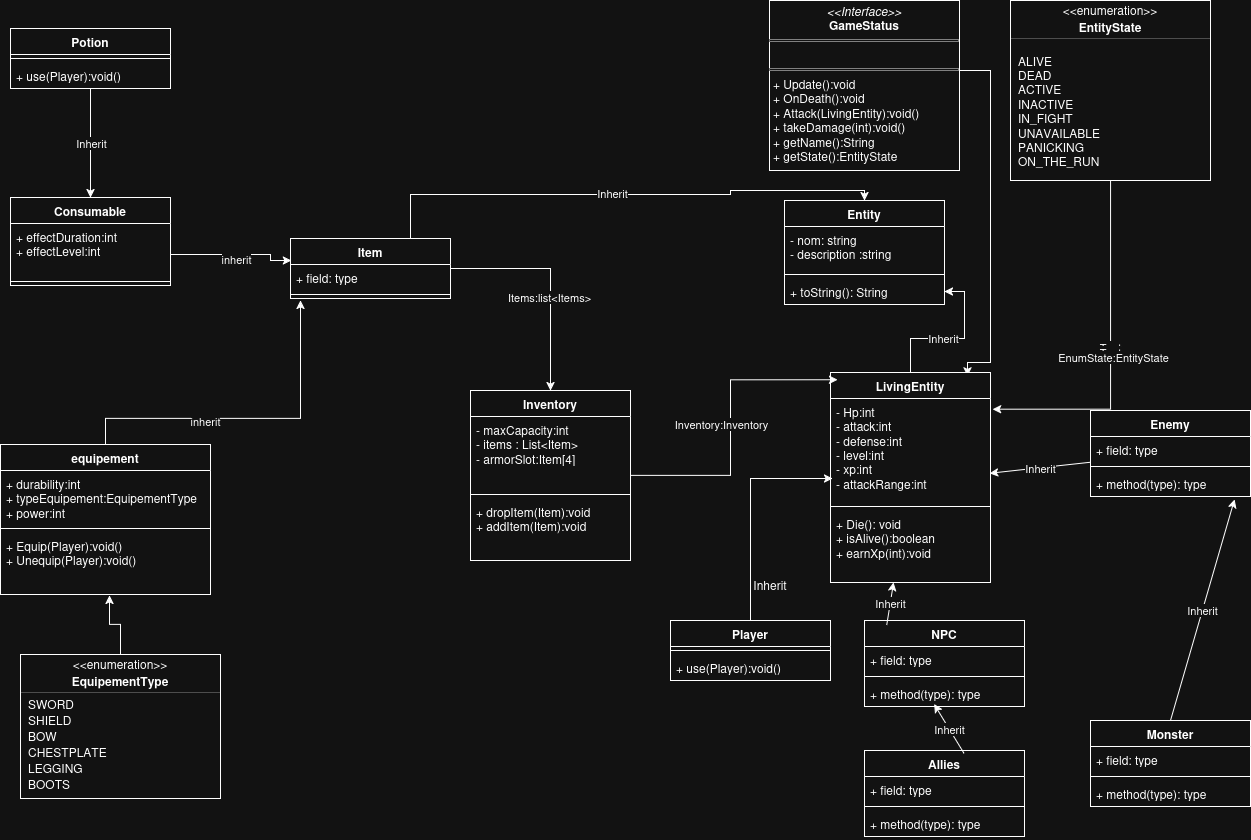
Above: UML game .drawio.png in llibanm/Game_V0 (draw.io), before the change. Source tidied: cells renumbered, new cells last; positions are measured from the earlier drawing's top-left corner, leaving out a move shared by most shapes.
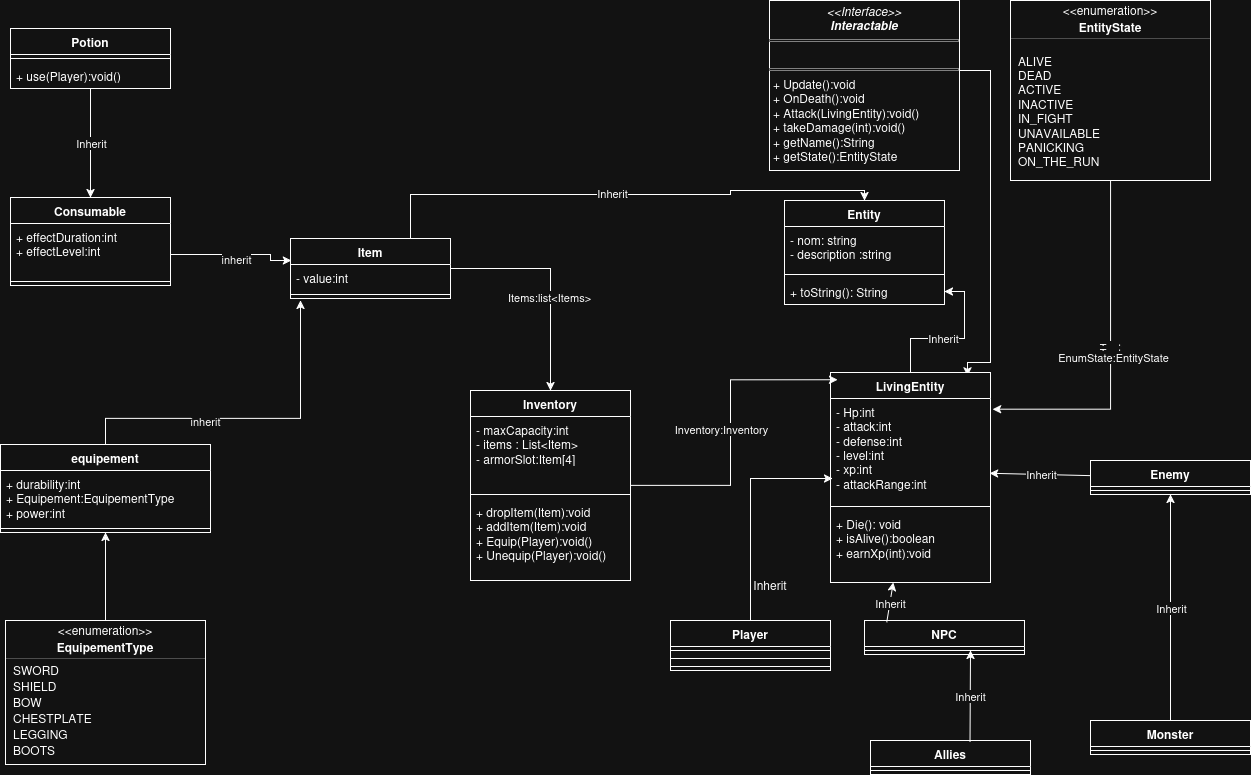
After the change.

Commit message:
removed default some  method and variable

Change to the diagram source:
```diff
@@ -15,17 +15,11 @@
       <mxGeometry y="78" width="160" height="26" as="geometry" />
     </mxCell>
     <mxCell id="6" value="NPC" style="swimlane;fontStyle=1;align=center;verticalAlign=top;horizontal=1;startSize=26;whiteSpace=wrap;html=1;" parent="1" vertex="1">
-      <mxGeometry x="864" y="620" width="160" height="86" as="geometry" />
+      <mxGeometry x="864" y="620" width="160" height="34" as="geometry" />
     </mxCell>
-    <mxCell id="7" value="+ field: type" style="text;strokeColor=none;fillColor=none;align=left;verticalAlign=top;spacingLeft=4;spacingRight=4;overflow=hidden;whiteSpace=wrap;html=1;" parent="6" vertex="1">
-      <mxGeometry y="26" width="160" height="26" as="geometry" />
-    </mxCell>
     <mxCell id="8" style="line;strokeWidth=1;fillColor=none;align=left;verticalAlign=middle;spacingTop=-1;spacingLeft=3;spacingRight=3;labelPosition=right;strokeColor=inherit;" parent="6" vertex="1">
-      <mxGeometry y="52" width="160" height="8" as="geometry" />
+      <mxGeometry y="26" width="160" height="8" as="geometry" />
     </mxCell>
-    <mxCell id="9" value="+ method(type): type" style="text;strokeColor=none;fillColor=none;align=left;verticalAlign=top;spacingLeft=4;spacingRight=4;overflow=hidden;points=[[0,0.5],[1,0.5]];portConstraint=eastwest;whiteSpace=wrap;html=1;" parent="6" vertex="1">
-      <mxGeometry y="60" width="160" height="26" as="geometry" />
-    </mxCell>
     <mxCell id="10" style="endArrow=classic;html=1;rounded=0;exitX=0.139;exitY=0.052;exitDx=0;exitDy=0;exitPerimeter=0;" parent="1" edge="1" source="6" target="43">
       <mxGeometry relative="1" as="geometry" />
     </mxCell>
@@ -33,17 +27,11 @@
       <mxGeometry relative="1" as="geometry" />
     </mxCell>
     <mxCell id="12" value="Enemy" style="swimlane;fontStyle=1;align=center;verticalAlign=top;horizontal=1;startSize=26;whiteSpace=wrap;html=1;" parent="1" vertex="1">
-      <mxGeometry x="1090" y="410" width="160" height="86" as="geometry" />
+      <mxGeometry x="1090" y="460" width="160" height="34" as="geometry" />
     </mxCell>
-    <mxCell id="13" value="+ field: type" style="text;strokeColor=none;fillColor=none;align=left;verticalAlign=top;spacingLeft=4;spacingRight=4;overflow=hidden;whiteSpace=wrap;html=1;" parent="12" vertex="1">
-      <mxGeometry y="26" width="160" height="26" as="geometry" />
-    </mxCell>
     <mxCell id="14" style="line;strokeWidth=1;fillColor=none;align=left;verticalAlign=middle;spacingTop=-1;spacingLeft=3;spacingRight=3;labelPosition=right;strokeColor=inherit;" parent="12" vertex="1">
-      <mxGeometry y="52" width="160" height="8" as="geometry" />
+      <mxGeometry y="26" width="160" height="8" as="geometry" />
     </mxCell>
-    <mxCell id="15" value="+ method(type): type" style="text;strokeColor=none;fillColor=none;align=left;verticalAlign=top;spacingLeft=4;spacingRight=4;overflow=hidden;points=[[0,0.5],[1,0.5]];portConstraint=eastwest;whiteSpace=wrap;html=1;" parent="12" vertex="1">
-      <mxGeometry y="60" width="160" height="26" as="geometry" />
-    </mxCell>
     <mxCell id="16" style="endArrow=classic;html=1;rounded=0;entryX=0.994;entryY=0.719;entryDx=0;entryDy=0;entryPerimeter=0;" parent="1" edge="1" source="12" target="44">
       <mxGeometry relative="1" as="geometry" />
     </mxCell>
@@ -51,37 +39,27 @@
       <mxGeometry relative="1" as="geometry" />
     </mxCell>
     <mxCell id="18" value="Monster" style="swimlane;fontStyle=1;align=center;verticalAlign=top;horizontal=1;startSize=26;whiteSpace=wrap;html=1;" parent="1" vertex="1">
-      <mxGeometry x="1090" y="720" width="160" height="86" as="geometry" />
+      <mxGeometry x="1090" y="720" width="160" height="34" as="geometry" />
     </mxCell>
-    <mxCell id="19" value="+ field: type" style="text;strokeColor=none;fillColor=none;align=left;verticalAlign=top;spacingLeft=4;spacingRight=4;overflow=hidden;whiteSpace=wrap;html=1;" parent="18" vertex="1">
-      <mxGeometry y="26" width="160" height="26" as="geometry" />
-    </mxCell>
     <mxCell id="20" style="line;strokeWidth=1;fillColor=none;align=left;verticalAlign=middle;spacingTop=-1;spacingLeft=3;spacingRight=3;labelPosition=right;strokeColor=inherit;" parent="18" vertex="1">
-      <mxGeometry y="52" width="160" height="8" as="geometry" />
+      <mxGeometry y="26" width="160" height="8" as="geometry" />
     </mxCell>
-    <mxCell id="21" value="+ method(type): type" style="text;strokeColor=none;fillColor=none;align=left;verticalAlign=top;spacingLeft=4;spacingRight=4;overflow=hidden;whiteSpace=wrap;html=1;" parent="18" vertex="1">
-      <mxGeometry y="60" width="160" height="26" as="geometry" />
-    </mxCell>
-    <mxCell id="22" style="endArrow=classic;html=1;rounded=0;exitX=0.5;exitY=0;exitDx=0;exitDy=0;entryX=0.9;entryY=1.115;entryDx=0;entryDy=0;entryPerimeter=0;" parent="1" edge="1" source="18" target="15">
+    <mxCell id="22" style="endArrow=classic;html=1;rounded=0;exitX=0.5;exitY=0;exitDx=0;exitDy=0;" parent="1" edge="1" source="18" target="12">
       <mxGeometry relative="1" as="geometry" />
     </mxCell>
     <mxCell id="23" value="Inherit" style="edgeLabel;html=1;align=center;verticalAlign=middle;" parent="22" vertex="1">
       <mxGeometry relative="1" as="geometry" />
     </mxCell>
     <mxCell id="24" value="Allies" style="swimlane;fontStyle=1;align=center;verticalAlign=top;horizontal=1;startSize=26;whiteSpace=wrap;html=1;" parent="1" vertex="1">
-      <mxGeometry x="864" y="750" width="160" height="86" as="geometry" />
+      <mxGeometry x="870" y="740" width="160" height="34" as="geometry" />
     </mxCell>
-    <mxCell id="25" value="+ field: type" style="text;strokeColor=none;fillColor=none;align=left;verticalAlign=top;spacingLeft=4;spacingRight=4;overflow=hidden;whiteSpace=wrap;html=1;" parent="24" vertex="1">
-      <mxGeometry y="26" width="160" height="26" as="geometry" />
-    </mxCell>
     <mxCell id="26" style="line;strokeWidth=1;fillColor=none;align=left;verticalAlign=middle;spacingTop=-1;spacingLeft=3;spacingRight=3;labelPosition=right;strokeColor=inherit;" parent="24" vertex="1">
-      <mxGeometry y="52" width="160" height="8" as="geometry" />
+      <mxGeometry y="26" width="160" height="8" as="geometry" />
     </mxCell>
-    <mxCell id="27" value="+ method(type): type" style="text;strokeColor=none;fillColor=none;align=left;verticalAlign=top;spacingLeft=4;spacingRight=4;overflow=hidden;whiteSpace=wrap;html=1;" parent="24" vertex="1">
-      <mxGeometry y="60" width="160" height="26" as="geometry" />
-    </mxCell>
-    <mxCell id="28" style="endArrow=classic;html=1;rounded=0;entryX=0.435;entryY=0.91;entryDx=0;entryDy=0;entryPerimeter=0;exitX=0.622;exitY=0.033;exitDx=0;exitDy=0;exitPerimeter=0;" parent="1" edge="1" source="24" target="9">
-      <mxGeometry relative="1" as="geometry" />
+    <mxCell id="28" style="endArrow=classic;html=1;rounded=0;exitX=0.622;exitY=0.033;exitDx=0;exitDy=0;exitPerimeter=0;" parent="1" edge="1" source="24">
+      <mxGeometry relative="1" as="geometry">
+        <mxPoint x="970" y="650" as="targetPoint" />
+      </mxGeometry>
     </mxCell>
     <mxCell id="29" value="Inherit" style="edgeLabel;html=1;align=center;verticalAlign=middle;" parent="28" vertex="1">
       <mxGeometry relative="1" as="geometry" />
@@ -95,7 +73,7 @@
         </Array>
       </mxGeometry>
     </mxCell>
-    <mxCell id="31" value="&lt;p style=&quot;margin:0px;margin-top:4px;text-align:center;&quot;&gt;&lt;i&gt;&amp;lt;&amp;lt;Interface&amp;gt;&amp;gt;&lt;/i&gt;&lt;b&gt;&lt;br&gt;GameStatus&lt;/b&gt;&lt;/p&gt;&lt;hr size=&quot;1&quot; style=&quot;border-style:solid;&quot;&gt;&lt;p style=&quot;margin:0px;margin-left:4px;&quot;&gt;&lt;br&gt;&lt;/p&gt;&lt;hr size=&quot;1&quot; style=&quot;border-style:solid;&quot;&gt;&lt;p style=&quot;margin:0px;margin-left:4px;&quot;&gt;+ Update():void&lt;/p&gt;&lt;p style=&quot;margin:0px;margin-left:4px;&quot;&gt;+ OnDeath():void&lt;/p&gt;&lt;p style=&quot;margin:0px;margin-left:4px;&quot;&gt;+ Attack(LivingEntity):void()&lt;/p&gt;&lt;p style=&quot;margin:0px;margin-left:4px;&quot;&gt;+ takeDamage(int):void()&lt;/p&gt;&lt;p style=&quot;margin:0px;margin-left:4px;&quot;&gt;+ getName():String&lt;/p&gt;&lt;p style=&quot;margin:0px;margin-left:4px;&quot;&gt;+ getState():EntityState&lt;/p&gt;" style="verticalAlign=top;align=left;overflow=fill;html=1;whiteSpace=wrap;" parent="1" vertex="1">
+    <mxCell id="31" value="&lt;p style=&quot;margin:0px;margin-top:4px;text-align:center;&quot;&gt;&lt;i&gt;&amp;lt;&amp;lt;Interface&amp;gt;&amp;gt;&lt;br&gt;&lt;b&gt;Interactable&lt;/b&gt;&lt;/i&gt;&lt;/p&gt;&lt;hr size=&quot;1&quot; style=&quot;border-style:solid;&quot;&gt;&lt;p style=&quot;margin:0px;margin-left:4px;&quot;&gt;&lt;br&gt;&lt;/p&gt;&lt;hr size=&quot;1&quot; style=&quot;border-style:solid;&quot;&gt;&lt;p style=&quot;margin:0px;margin-left:4px;&quot;&gt;+ Update():void&lt;/p&gt;&lt;p style=&quot;margin:0px;margin-left:4px;&quot;&gt;+ OnDeath():void&lt;/p&gt;&lt;p style=&quot;margin:0px;margin-left:4px;&quot;&gt;+ Attack(LivingEntity):void()&lt;/p&gt;&lt;p style=&quot;margin:0px;margin-left:4px;&quot;&gt;+ takeDamage(int):void()&lt;/p&gt;&lt;p style=&quot;margin:0px;margin-left:4px;&quot;&gt;+ getName():String&lt;/p&gt;&lt;p style=&quot;margin:0px;margin-left:4px;&quot;&gt;+ getState():EntityState&lt;/p&gt;" style="verticalAlign=top;align=left;overflow=fill;html=1;whiteSpace=wrap;" parent="1" vertex="1">
       <mxGeometry x="769" width="190" height="170" as="geometry" />
     </mxCell>
     <mxCell id="32" style="fontStyle=1;align=center;verticalAlign=middle;horizontal=1;" parent="1" vertex="1">
@@ -147,14 +125,17 @@
       <mxGeometry relative="1" as="geometry" />
     </mxCell>
     <mxCell id="48" value="Player" style="swimlane;fontStyle=1;align=center;verticalAlign=top;horizontal=1;startSize=26;whiteSpace=wrap;html=1;" parent="1" vertex="1">
-      <mxGeometry x="670" y="620" width="160" height="60" as="geometry" />
+      <mxGeometry x="670" y="620" width="160" height="50" as="geometry" />
     </mxCell>
+    <mxCell id="93" style="line;strokeWidth=1;fillColor=none;align=left;verticalAlign=middle;spacingTop=-1;spacingLeft=3;spacingRight=3;labelPosition=right;strokeColor=inherit;" parent="48" vertex="1">
+      <mxGeometry y="26" width="160" height="8" as="geometry" />
+    </mxCell>
+    <mxCell id="94" style="line;strokeWidth=1;fillColor=none;align=left;verticalAlign=middle;spacingTop=-1;spacingLeft=3;spacingRight=3;labelPosition=right;strokeColor=inherit;" parent="48" vertex="1">
+      <mxGeometry y="34" width="160" height="8" as="geometry" />
+    </mxCell>
     <mxCell id="49" style="line;strokeWidth=1;fillColor=none;align=left;verticalAlign=middle;spacingTop=-1;spacingLeft=3;spacingRight=3;labelPosition=right;strokeColor=inherit;" parent="48" vertex="1">
-      <mxGeometry y="26" width="160" height="8" as="geometry" />
+      <mxGeometry y="42" width="160" height="8" as="geometry" />
     </mxCell>
-    <mxCell id="50" value="+ use(Player):void()" style="text;strokeColor=none;fillColor=none;align=left;verticalAlign=top;spacingLeft=4;spacingRight=4;overflow=hidden;whiteSpace=wrap;html=1;" parent="48" vertex="1">
-      <mxGeometry y="34" width="160" height="26" as="geometry" />
-    </mxCell>
     <mxCell id="51" style="edgeStyle=orthogonalEdgeStyle;rounded=0;jettySize=auto;html=1;" parent="1" edge="1" source="53" target="58">
       <mxGeometry relative="1" as="geometry" />
     </mxCell>
@@ -164,7 +145,7 @@
     <mxCell id="53" value="Item" style="swimlane;fontStyle=1;align=center;verticalAlign=top;horizontal=1;startSize=26;whiteSpace=wrap;html=1;" parent="1" vertex="1">
       <mxGeometry x="290" y="238" width="160" height="60" as="geometry" />
     </mxCell>
-    <mxCell id="54" value="+ field: type" style="text;strokeColor=none;fillColor=none;align=left;verticalAlign=top;spacingLeft=4;spacingRight=4;overflow=hidden;whiteSpace=wrap;html=1;" parent="53" vertex="1">
+    <mxCell id="54" value="- value:int" style="text;strokeColor=none;fillColor=none;align=left;verticalAlign=top;spacingLeft=4;spacingRight=4;overflow=hidden;whiteSpace=wrap;html=1;" parent="53" vertex="1">
       <mxGeometry y="26" width="160" height="26" as="geometry" />
     </mxCell>
     <mxCell id="55" style="line;strokeWidth=1;fillColor=none;align=left;verticalAlign=middle;spacingTop=-1;spacingLeft=3;spacingRight=3;labelPosition=right;strokeColor=inherit;" parent="53" vertex="1">
@@ -179,7 +160,7 @@
       </mxGeometry>
     </mxCell>
     <mxCell id="58" value="Inventory" style="swimlane;fontStyle=1;align=center;verticalAlign=top;horizontal=1;startSize=26;whiteSpace=wrap;html=1;" parent="1" vertex="1">
-      <mxGeometry x="470" y="390" width="160" height="170" as="geometry" />
+      <mxGeometry x="470" y="390" width="160" height="190" as="geometry" />
     </mxCell>
     <mxCell id="59" value="&lt;div&gt;- maxCapacity:int&lt;/div&gt;&lt;div&gt;- items : List&amp;lt;Item&amp;gt;&lt;/div&gt;&lt;div&gt;- armorSlot:Item[4]&lt;/div&gt;" style="text;strokeColor=none;fillColor=none;align=left;verticalAlign=top;spacingLeft=4;spacingRight=4;overflow=hidden;whiteSpace=wrap;html=1;" parent="58" vertex="1">
       <mxGeometry y="26" width="160" height="74" as="geometry" />
@@ -187,8 +168,8 @@
     <mxCell id="60" style="line;strokeWidth=1;fillColor=none;align=left;verticalAlign=middle;spacingTop=-1;spacingLeft=3;spacingRight=3;labelPosition=right;strokeColor=inherit;" parent="58" vertex="1">
       <mxGeometry y="100" width="160" height="8" as="geometry" />
     </mxCell>
-    <mxCell id="61" value="&lt;div&gt;+ dropItem(Item):void&lt;/div&gt;&lt;div&gt;+ addItem(Item):void&lt;/div&gt;" style="text;strokeColor=none;fillColor=none;align=left;verticalAlign=top;spacingLeft=4;spacingRight=4;overflow=hidden;whiteSpace=wrap;html=1;" parent="58" vertex="1">
-      <mxGeometry y="108" width="160" height="62" as="geometry" />
+    <mxCell id="61" value="&lt;div&gt;+ dropItem(Item):void&lt;/div&gt;&lt;div&gt;+ addItem(Item):void&lt;/div&gt;&lt;div&gt;+ Equip(Player):void()&lt;br&gt;+ Unequip(Player):void()&lt;div&gt;&lt;br&gt;&lt;br&gt;&lt;/div&gt;&lt;br&gt;&lt;/div&gt;" style="text;strokeColor=none;fillColor=none;align=left;verticalAlign=top;spacingLeft=4;spacingRight=4;overflow=hidden;whiteSpace=wrap;html=1;" parent="58" vertex="1">
+      <mxGeometry y="108" width="160" height="82" as="geometry" />
     </mxCell>
     <mxCell id="62" value="Consumable" style="swimlane;fontStyle=1;align=center;verticalAlign=top;horizontal=1;startSize=26;whiteSpace=wrap;html=1;" parent="1" vertex="1">
       <mxGeometry x="10" y="197" width="160" height="88" as="geometry" />
@@ -226,17 +207,14 @@
       <mxGeometry x="-0.26" y="-2" relative="1" as="geometry" />
     </mxCell>
     <mxCell id="69" value="equipement" style="swimlane;fontStyle=1;align=center;verticalAlign=top;horizontal=1;startSize=26;whiteSpace=wrap;html=1;" parent="1" vertex="1">
-      <mxGeometry y="444" width="210" height="150" as="geometry" />
+      <mxGeometry y="444" width="210" height="88" as="geometry" />
     </mxCell>
-    <mxCell id="70" value="&lt;div&gt;+ durability:int&lt;/div&gt;&lt;div&gt;+ typeEquipement:EquipementType&lt;br&gt;+ power:int&lt;/div&gt;" style="text;strokeColor=none;fillColor=none;align=left;verticalAlign=top;spacingLeft=4;spacingRight=4;overflow=hidden;whiteSpace=wrap;html=1;" parent="69" vertex="1">
+    <mxCell id="70" value="&lt;div&gt;+ durability:int&lt;/div&gt;&lt;div&gt;+ Equipement:EquipementType&lt;br&gt;+ power:int&lt;/div&gt;" style="text;strokeColor=none;fillColor=none;align=left;verticalAlign=top;spacingLeft=4;spacingRight=4;overflow=hidden;whiteSpace=wrap;html=1;" parent="69" vertex="1">
       <mxGeometry y="26" width="210" height="54" as="geometry" />
     </mxCell>
     <mxCell id="71" style="line;strokeWidth=1;fillColor=none;align=left;verticalAlign=middle;spacingTop=-1;spacingLeft=3;spacingRight=3;labelPosition=right;strokeColor=inherit;" parent="69" vertex="1">
       <mxGeometry y="80" width="210" height="8" as="geometry" />
     </mxCell>
-    <mxCell id="72" value="+ Equip(Player):void()&lt;br&gt;+ Unequip(Player):void()&lt;div&gt;&lt;br/&gt;&lt;/div&gt;" style="text;strokeColor=none;fillColor=none;align=left;verticalAlign=top;spacingLeft=4;spacingRight=4;overflow=hidden;points=[[0,0.5],[1,0.5]];portConstraint=eastwest;whiteSpace=wrap;html=1;" parent="69" vertex="1">
-      <mxGeometry y="88" width="210" height="62" as="geometry" />
-    </mxCell>
     <mxCell id="73" style="edgeStyle=orthogonalEdgeStyle;rounded=0;jettySize=auto;html=1;exitX=0.75;exitY=0;exitDx=0;exitDy=0;" parent="1" edge="1" source="53" target="2">
       <mxGeometry relative="1" as="geometry">
         <Array as="points">
@@ -251,7 +229,7 @@
       <mxGeometry x="-0.04" y="2" relative="1" as="geometry" />
     </mxCell>
     <mxCell id="75" style="fontStyle=1;align=center;verticalAlign=middle;horizontal=1;" parent="1" vertex="1">
-      <mxGeometry x="20" y="654" width="200" height="144" as="geometry" />
+      <mxGeometry x="5" y="620" width="200" height="144" as="geometry" />
     </mxCell>
     <mxCell id="76" value="&amp;lt;&amp;lt;enumeration&amp;gt;&amp;gt;" style="html=1;align=center;spacing=0;verticalAlign=middle;strokeColor=none;fillColor=none;whiteSpace=wrap;" parent="75" vertex="1">
       <mxGeometry width="200" height="20" as="geometry" />
@@ -283,7 +261,7 @@
     <mxCell id="85" style="html=1;align=left;spacing=0;spacingLeft=8;verticalAlign=middle;strokeColor=none;fillColor=none;whiteSpace=wrap;" parent="75" vertex="1">
       <mxGeometry y="138" width="200" height="6" as="geometry" />
     </mxCell>
-    <mxCell id="86" style="edgeStyle=orthogonalEdgeStyle;rounded=0;jettySize=auto;html=1;entryX=0.519;entryY=1.016;entryDx=0;entryDy=0;entryPerimeter=0;" parent="1" edge="1" source="76" target="72">
+    <mxCell id="86" style="edgeStyle=orthogonalEdgeStyle;rounded=0;jettySize=auto;html=1;" parent="1" edge="1" source="76" target="69">
       <mxGeometry relative="1" as="geometry" />
     </mxCell>
     <mxCell id="87" value="Inherit" style="text;html=1;whiteSpace=wrap;strokeColor=none;fillColor=none;align=center;verticalAlign=middle;rounded=0;" parent="1" vertex="1">
```
